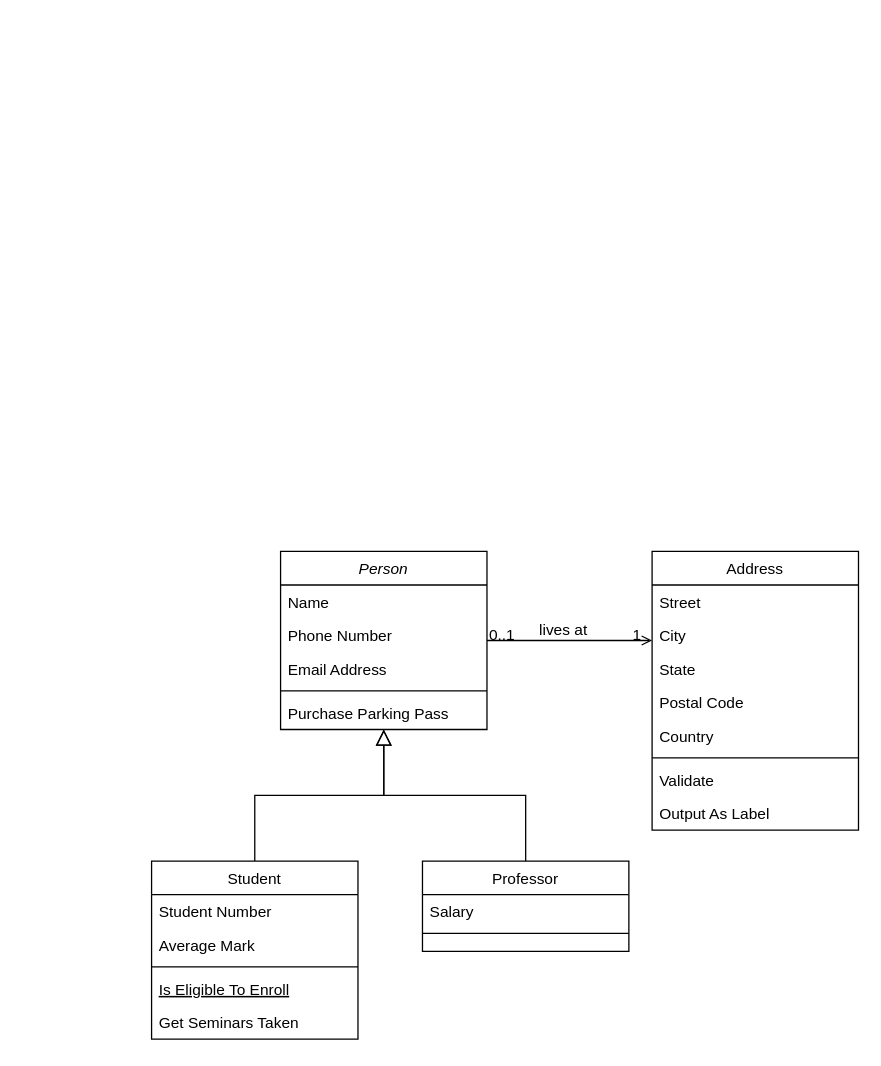
This is Untitled Diagram.drawio from JessM222/Chicken, a draw.io file, before an edit. Source tidied: cells renumbered, new cells numbered last; positions are measured from the earlier drawing's top-left corner, leaving out a move shared by most shapes. Both pictures are drawn from the tidied source at 129%, with x=0, y=0 at pixel (151, 551).
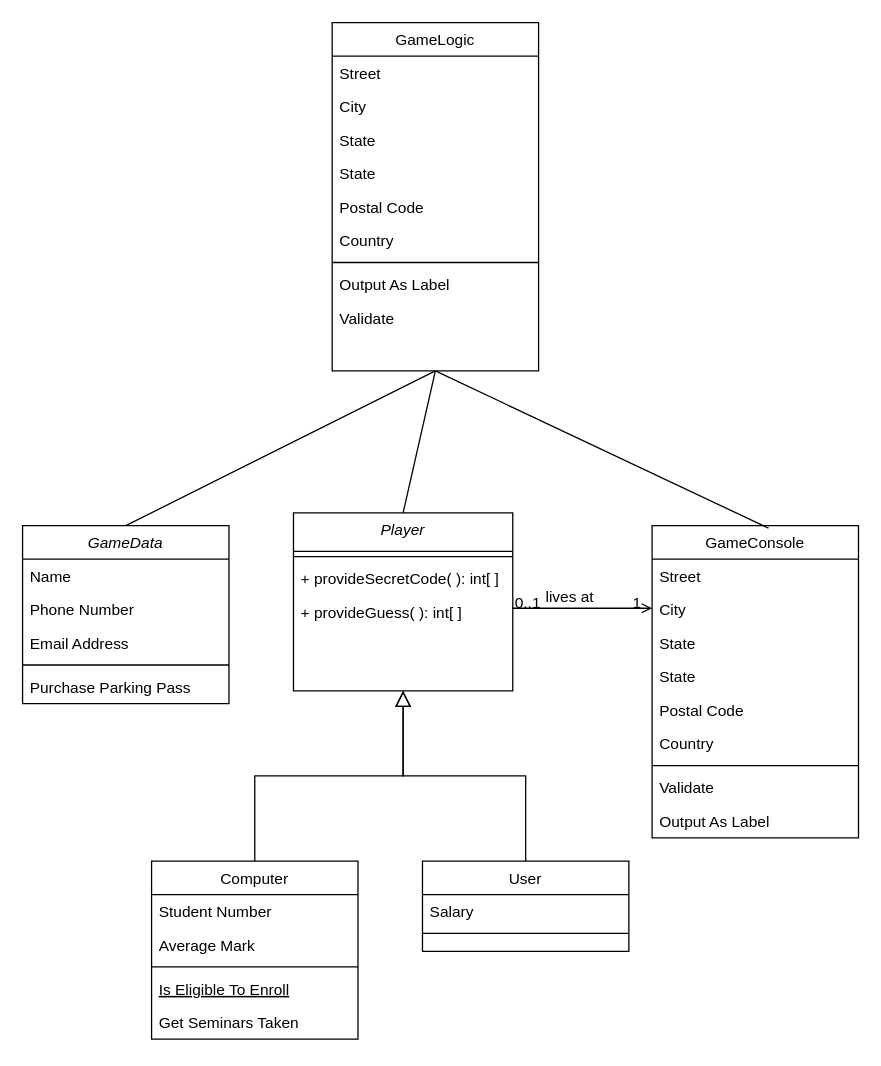
After the change.

Change to the diagram source:
```diff
@@
-    <mxCell id="2" value="Person" style="swimlane;fontStyle=2;align=center;verticalAlign=top;horizontal=1;startSize=26;rounded=0;shadow=0;strokeWidth=1;" parent="1" vertex="1">
-      <mxGeometry x="100" width="160" height="138" as="geometry" />
+    <mxCell id="2" value="Player" style="swimlane;fontStyle=2;align=center;verticalAlign=top;horizontal=1;startSize=30;rounded=0;shadow=0;strokeWidth=1;" parent="1" vertex="1">
+      <mxGeometry x="110" y="-30" width="170" height="138" as="geometry" />
     </mxCell>
-    <mxCell id="3" value="Name" style="text;align=left;verticalAlign=top;spacingLeft=4;spacingRight=4;overflow=hidden;" parent="2" vertex="1">
-      <mxGeometry y="26" width="160" height="26" as="geometry" />
-    </mxCell>
-    <mxCell id="4" value="Phone Number" style="text;align=left;verticalAlign=top;spacingLeft=4;spacingRight=4;overflow=hidden;rounded=0;shadow=0;html=0;" parent="2" vertex="1">
-      <mxGeometry y="52" width="160" height="26" as="geometry" />
-    </mxCell>
-    <mxCell id="5" value="Email Address" style="text;align=left;verticalAlign=top;spacingLeft=4;spacingRight=4;overflow=hidden;rounded=0;shadow=0;html=0;" parent="2" vertex="1">
-      <mxGeometry y="78" width="160" height="26" as="geometry" />
-    </mxCell>
-    <mxCell id="6" style="line;html=1;strokeWidth=1;align=left;verticalAlign=middle;spacingTop=-1;spacingLeft=3;spacingRight=3;labelPosition=right;" parent="2" vertex="1">
-      <mxGeometry y="104" width="160" height="8" as="geometry" />
+    <mxCell id="6" value="&lt;div&gt;&lt;br&gt;&lt;/div&gt;&lt;div&gt;&lt;br&gt;&lt;/div&gt;" style="line;html=1;strokeWidth=1;align=left;verticalAlign=middle;spacingTop=-1;spacingLeft=3;spacingRight=3;labelPosition=right;" parent="2" vertex="1">
+      <mxGeometry y="30" width="170" height="8" as="geometry" />
     </mxCell>
-    <mxCell id="7" value="Purchase Parking Pass" style="text;align=left;verticalAlign=top;spacingLeft=4;spacingRight=4;overflow=hidden;" parent="2" vertex="1">
-      <mxGeometry y="112" width="160" height="26" as="geometry" />
+    <mxCell id="7" value="+ provideSecretCode( ): int[ ]" style="text;align=left;verticalAlign=top;spacingLeft=4;spacingRight=4;overflow=hidden;" parent="2" vertex="1">
+      <mxGeometry y="38" width="170" height="26" as="geometry" />
     </mxCell>
+    <mxCell id="32" value="+ provideGuess( ): int[ ]" style="text;align=left;verticalAlign=top;spacingLeft=4;spacingRight=4;overflow=hidden;" parent="2" vertex="1">
+      <mxGeometry y="64" width="170" height="26" as="geometry" />
+    </mxCell>
-    <mxCell id="8" value="Student" style="swimlane;fontStyle=0;align=center;verticalAlign=top;horizontal=1;startSize=26;rounded=0;shadow=0;strokeWidth=1;" parent="1" vertex="1">
+    <mxCell id="8" value="Computer" style="swimlane;fontStyle=0;align=center;verticalAlign=top;horizontal=1;startSize=26;rounded=0;shadow=0;strokeWidth=1;" parent="1" vertex="1">
       <mxGeometry y="240" width="160" height="138" as="geometry" />
     </mxCell>
@@
-    <mxCell id="15" value="Professor" style="swimlane;fontStyle=0;align=center;verticalAlign=top;horizontal=1;startSize=26;rounded=0;shadow=0;strokeWidth=1;" parent="1" vertex="1">
+    <mxCell id="15" value="User" style="swimlane;fontStyle=0;align=center;verticalAlign=top;horizontal=1;startSize=26;rounded=0;shadow=0;strokeWidth=1;" parent="1" vertex="1">
       <mxGeometry x="210" y="240" width="160" height="70" as="geometry" />
     </mxCell>
@@
-    <mxCell id="19" value="Address" style="swimlane;fontStyle=0;align=center;verticalAlign=top;horizontal=1;startSize=26;rounded=0;shadow=0;strokeWidth=1;" parent="1" vertex="1">
-      <mxGeometry x="388" width="160" height="216" as="geometry" />
+    <mxCell id="19" value="GameConsole" style="swimlane;fontStyle=0;align=center;verticalAlign=top;horizontal=1;startSize=26;rounded=0;shadow=0;strokeWidth=1;" parent="1" vertex="1">
+      <mxGeometry x="388" y="-20" width="160" height="242" as="geometry" />
     </mxCell>
@@
+    <mxCell id="33" value="State" style="text;align=left;verticalAlign=top;spacingLeft=4;spacingRight=4;overflow=hidden;rounded=0;shadow=0;html=0;" parent="19" vertex="1">
+      <mxGeometry y="78" width="160" height="26" as="geometry" />
+    </mxCell>
     <mxCell id="22" value="State" style="text;align=left;verticalAlign=top;spacingLeft=4;spacingRight=4;overflow=hidden;rounded=0;shadow=0;html=0;" parent="19" vertex="1">
-      <mxGeometry y="78" width="160" height="26" as="geometry" />
+      <mxGeometry y="104" width="160" height="26" as="geometry" />
     </mxCell>
     <mxCell id="23" value="Postal Code" style="text;align=left;verticalAlign=top;spacingLeft=4;spacingRight=4;overflow=hidden;rounded=0;shadow=0;html=0;" parent="19" vertex="1">
-      <mxGeometry y="104" width="160" height="26" as="geometry" />
+      <mxGeometry y="130" width="160" height="26" as="geometry" />
     </mxCell>
     <mxCell id="24" value="Country" style="text;align=left;verticalAlign=top;spacingLeft=4;spacingRight=4;overflow=hidden;rounded=0;shadow=0;html=0;" parent="19" vertex="1">
-      <mxGeometry y="130" width="160" height="26" as="geometry" />
+      <mxGeometry y="156" width="160" height="26" as="geometry" />
     </mxCell>
     <mxCell id="25" style="line;html=1;strokeWidth=1;align=left;verticalAlign=middle;spacingTop=-1;spacingLeft=3;spacingRight=3;labelPosition=right;" parent="19" vertex="1">
-      <mxGeometry y="156" width="160" height="8" as="geometry" />
+      <mxGeometry y="182" width="160" height="8" as="geometry" />
     </mxCell>
     <mxCell id="26" value="Validate" style="text;align=left;verticalAlign=top;spacingLeft=4;spacingRight=4;overflow=hidden;" parent="19" vertex="1">
-      <mxGeometry y="164" width="160" height="26" as="geometry" />
+      <mxGeometry y="190" width="160" height="26" as="geometry" />
     </mxCell>
     <mxCell id="27" value="Output As Label" style="text;align=left;verticalAlign=top;spacingLeft=4;spacingRight=4;overflow=hidden;" parent="19" vertex="1">
-      <mxGeometry y="190" width="160" height="26" as="geometry" />
+      <mxGeometry y="216" width="160" height="26" as="geometry" />
     </mxCell>
@@
+    <mxCell id="34" value="GameData" style="swimlane;fontStyle=2;align=center;verticalAlign=top;horizontal=1;startSize=26;rounded=0;shadow=0;strokeWidth=1;" parent="1" vertex="1">
+      <mxGeometry x="-100" y="-20" width="160" height="138" as="geometry" />
+    </mxCell>
+    <mxCell id="3" value="Name" style="text;align=left;verticalAlign=top;spacingLeft=4;spacingRight=4;overflow=hidden;" parent="34" vertex="1">
+      <mxGeometry y="26" width="160" height="26" as="geometry" />
+    </mxCell>
+    <mxCell id="4" value="Phone Number" style="text;align=left;verticalAlign=top;spacingLeft=4;spacingRight=4;overflow=hidden;rounded=0;shadow=0;html=0;" parent="34" vertex="1">
+      <mxGeometry y="52" width="160" height="26" as="geometry" />
+    </mxCell>
+    <mxCell id="5" value="Email Address" style="text;align=left;verticalAlign=top;spacingLeft=4;spacingRight=4;overflow=hidden;rounded=0;shadow=0;html=0;" parent="34" vertex="1">
+      <mxGeometry y="78" width="160" height="26" as="geometry" />
+    </mxCell>
+    <mxCell id="35" style="line;html=1;strokeWidth=1;align=left;verticalAlign=middle;spacingTop=-1;spacingLeft=3;spacingRight=3;labelPosition=right;" parent="34" vertex="1">
+      <mxGeometry y="104" width="160" height="8" as="geometry" />
+    </mxCell>
+    <mxCell id="36" value="Purchase Parking Pass" style="text;align=left;verticalAlign=top;spacingLeft=4;spacingRight=4;overflow=hidden;" parent="34" vertex="1">
+      <mxGeometry y="112" width="160" height="26" as="geometry" />
+    </mxCell>
+    <mxCell id="37" value="GameLogic" style="swimlane;fontStyle=0;align=center;verticalAlign=top;horizontal=1;startSize=26;rounded=0;shadow=0;strokeWidth=1;" parent="1" vertex="1">
+      <mxGeometry x="140" y="-410" width="160" height="270" as="geometry" />
+    </mxCell>
+    <mxCell id="38" value="Street" style="text;align=left;verticalAlign=top;spacingLeft=4;spacingRight=4;overflow=hidden;" parent="37" vertex="1">
+      <mxGeometry y="26" width="160" height="26" as="geometry" />
+    </mxCell>
+    <mxCell id="39" value="City" style="text;align=left;verticalAlign=top;spacingLeft=4;spacingRight=4;overflow=hidden;rounded=0;shadow=0;html=0;" parent="37" vertex="1">
+      <mxGeometry y="52" width="160" height="26" as="geometry" />
+    </mxCell>
+    <mxCell id="40" value="State" style="text;align=left;verticalAlign=top;spacingLeft=4;spacingRight=4;overflow=hidden;rounded=0;shadow=0;html=0;" parent="37" vertex="1">
+      <mxGeometry y="78" width="160" height="26" as="geometry" />
+    </mxCell>
+    <mxCell id="41" value="State" style="text;align=left;verticalAlign=top;spacingLeft=4;spacingRight=4;overflow=hidden;rounded=0;shadow=0;html=0;" parent="37" vertex="1">
+      <mxGeometry y="104" width="160" height="26" as="geometry" />
+    </mxCell>
+    <mxCell id="42" value="Postal Code" style="text;align=left;verticalAlign=top;spacingLeft=4;spacingRight=4;overflow=hidden;rounded=0;shadow=0;html=0;" parent="37" vertex="1">
+      <mxGeometry y="130" width="160" height="26" as="geometry" />
+    </mxCell>
+    <mxCell id="43" value="Country" style="text;align=left;verticalAlign=top;spacingLeft=4;spacingRight=4;overflow=hidden;rounded=0;shadow=0;html=0;" parent="37" vertex="1">
+      <mxGeometry y="156" width="160" height="26" as="geometry" />
+    </mxCell>
+    <mxCell id="44" style="line;html=1;strokeWidth=1;align=left;verticalAlign=middle;spacingTop=-1;spacingLeft=3;spacingRight=3;labelPosition=right;" parent="37" vertex="1">
+      <mxGeometry y="182" width="160" height="8" as="geometry" />
+    </mxCell>
+    <mxCell id="45" value="Output As Label" style="text;align=left;verticalAlign=top;spacingLeft=4;spacingRight=4;overflow=hidden;" parent="37" vertex="1">
+      <mxGeometry y="190" width="160" height="26" as="geometry" />
+    </mxCell>
+    <mxCell id="46" value="Validate" style="text;align=left;verticalAlign=top;spacingLeft=4;spacingRight=4;overflow=hidden;" parent="37" vertex="1">
+      <mxGeometry y="216" width="160" height="26" as="geometry" />
+    </mxCell>
+    <mxCell id="47" style="endArrow=none;html=1;rounded=0;exitX=0.5;exitY=0;exitDx=0;exitDy=0;entryX=0.5;entryY=1;entryDx=0;entryDy=0;" parent="1" edge="1" source="2" target="37">
+      <mxGeometry relative="1" as="geometry" />
+    </mxCell>
+    <mxCell id="48" style="endArrow=none;html=1;rounded=0;entryX=0.5;entryY=0;entryDx=0;entryDy=0;exitX=0.5;exitY=1;exitDx=0;exitDy=0;" parent="1" edge="1" source="37" target="34">
+      <mxGeometry relative="1" as="geometry" />
+    </mxCell>
+    <mxCell id="49" style="endArrow=none;html=1;rounded=0;entryX=0.5;entryY=1;entryDx=0;entryDy=0;exitX=0.564;exitY=0.008;exitDx=0;exitDy=0;exitPerimeter=0;" parent="1" edge="1" source="19" target="37">
+      <mxGeometry relative="1" as="geometry" />
+    </mxCell>
```
